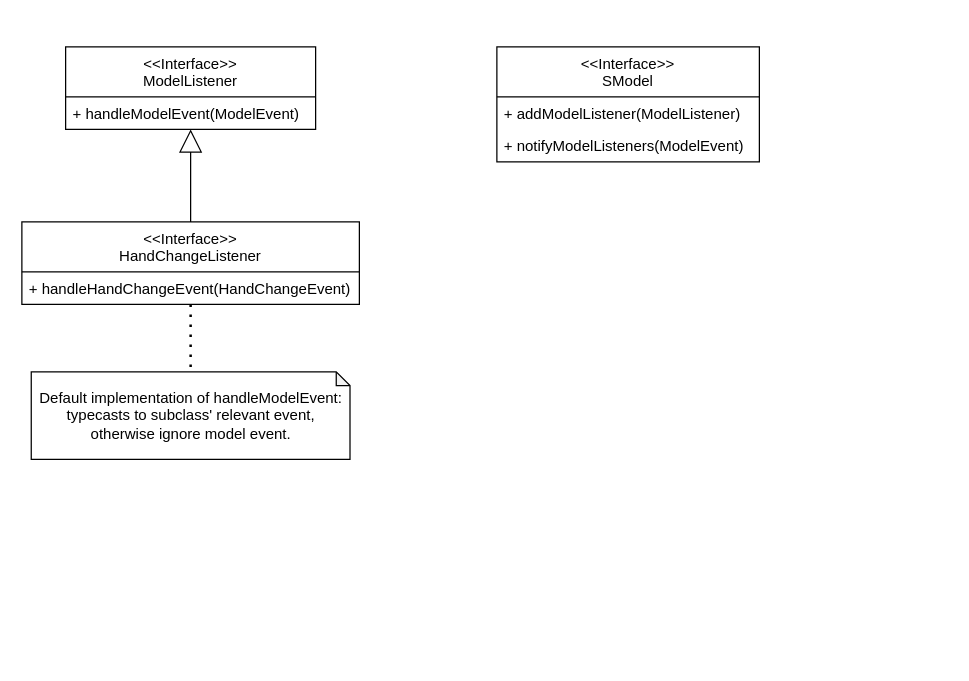
Above: page "ModelListeners" (1 of 2) of UML/ClassDiagrams/Listeners.drawio in trk20/Scuffle (draw.io), before the change. Source tidied: cells renumbered, new cells numbered last; positions are measured from the earlier drawing's top-left corner, leaving out a move shared by most shapes. Both pictures are drawn from the tidied source at 125%, with x=0, y=0 at pixel (21, 46).
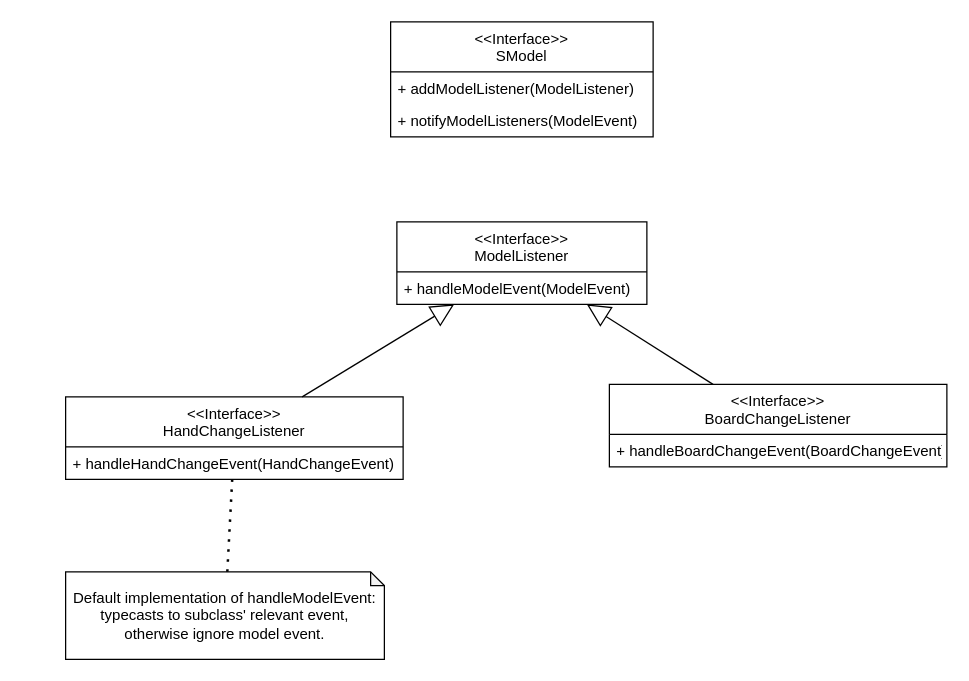
The same page after the edit.

What changed in the source:
```diff
@@
 <mxGraphModel>
   <root>
     <mxCell id="0" />
     <mxCell id="1" parent="0" />
     <mxCell id="2" value="&lt;&lt;Interface&gt;&gt;&#10;ModelListener" style="swimlane;fontStyle=0;horizontal=1;startSize=40;fillColor=none;" parent="1" vertex="1">
-      <mxGeometry x="35" width="200" height="66" as="geometry" />
+      <mxGeometry x="300" y="140" width="200" height="66" as="geometry" />
     </mxCell>
     <mxCell id="3" value="+ handleModelEvent(ModelEvent)" style="text;strokeColor=none;fillColor=none;align=left;verticalAlign=top;spacingLeft=4;spacingRight=4;overflow=hidden;" parent="2" vertex="1">
       <mxGeometry y="40" width="200" height="26" as="geometry" />
     </mxCell>
     <mxCell id="4" value="&lt;&lt;Interface&gt;&gt;&#10;HandChangeListener" style="swimlane;fontStyle=0;horizontal=1;startSize=40;fillColor=none;" parent="1" vertex="1">
-      <mxGeometry y="140" width="270" height="66" as="geometry" />
+      <mxGeometry x="35" y="280" width="270" height="66" as="geometry" />
     </mxCell>
     <mxCell id="5" value="+ handleHandChangeEvent(HandChangeEvent)" style="text;strokeColor=none;fillColor=none;align=left;verticalAlign=top;spacingLeft=4;spacingRight=4;overflow=hidden;" parent="4" vertex="1">
       <mxGeometry y="40" width="270" height="26" as="geometry" />
     </mxCell>
     <mxCell id="6" style="endArrow=block;endSize=16;endFill=0;html=1;rounded=0;" parent="1" edge="1" source="4" target="2">
       <mxGeometry relative="1" as="geometry" />
     </mxCell>
     <mxCell id="7" value="Default implementation of handleModelEvent: typecasts to subclass' relevant event, otherwise ignore model event." style="shape=note;whiteSpace=wrap;html=1;backgroundOutline=1;darkOpacity=0.05;size=11;" parent="1" vertex="1">
-      <mxGeometry x="7.5" y="260" width="255" height="70" as="geometry" />
+      <mxGeometry x="35" y="420" width="255" height="70" as="geometry" />
     </mxCell>
     <mxCell id="8" style="endArrow=none;dashed=1;html=1;dashPattern=1 3;strokeWidth=2;rounded=0;" parent="1" edge="1" source="4" target="7">
       <mxGeometry relative="1" as="geometry" />
     </mxCell>
     <mxCell id="9" value="&lt;&lt;Interface&gt;&gt;&#10;SModel" style="swimlane;fontStyle=0;horizontal=1;startSize=40;fillColor=none;" parent="1" vertex="1">
-      <mxGeometry x="380" width="210" height="92" as="geometry" />
+      <mxGeometry x="295" y="-20" width="210" height="92" as="geometry" />
     </mxCell>
     <mxCell id="10" value="+ addModelListener(ModelListener)" style="text;strokeColor=none;fillColor=none;align=left;verticalAlign=top;spacingLeft=4;spacingRight=4;overflow=hidden;" parent="9" vertex="1">
       <mxGeometry y="40" width="210" height="26" as="geometry" />
     </mxCell>
     <mxCell id="11" value="+ notifyModelListeners(ModelEvent)" style="text;strokeColor=none;fillColor=none;align=left;verticalAlign=top;spacingLeft=4;spacingRight=4;overflow=hidden;" parent="9" vertex="1">
       <mxGeometry y="66" width="210" height="26" as="geometry" />
     </mxCell>
+    <mxCell id="12" value="&lt;&lt;Interface&gt;&gt;&#10;BoardChangeListener" style="swimlane;fontStyle=0;horizontal=1;startSize=40;fillColor=none;" parent="1" vertex="1">
+      <mxGeometry x="470" y="270" width="270" height="66" as="geometry" />
+    </mxCell>
+    <mxCell id="13" value="+ handleBoardChangeEvent(BoardChangeEvent)" style="text;strokeColor=none;fillColor=none;align=left;verticalAlign=top;spacingLeft=4;spacingRight=4;overflow=hidden;" parent="12" vertex="1">
+      <mxGeometry y="40" width="270" height="26" as="geometry" />
+    </mxCell>
+    <mxCell id="14" style="endArrow=block;endSize=16;endFill=0;html=1;rounded=0;" parent="1" edge="1" source="12" target="2">
+      <mxGeometry relative="1" as="geometry" />
+    </mxCell>
   </root>
 </mxGraphModel>
```
